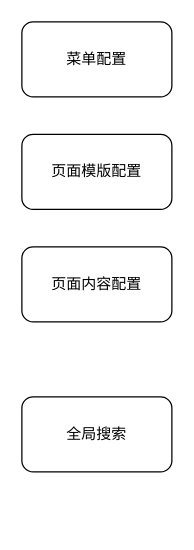
The draw.io diagram page "CMS技术架构" (3 of 3) of design-uml/thought work.drawio in alvin-zj/MyUml, before the edit. Source tidied: cells renumbered, new cells numbered last; positions are measured from the earlier drawing's top-left corner, leaving out a move shared by most shapes. Both pictures are drawn from the tidied source at 125%, with x=0, y=0 at pixel (21, 21).
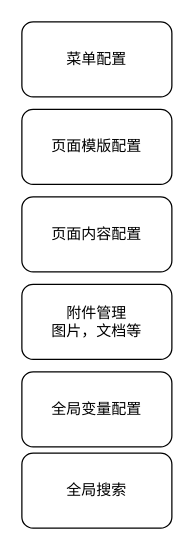
Above is the later version.

Diff of the diagram source:
```diff
@@
 <mxGraphModel>
   <root>
     <mxCell id="0" />
     <mxCell id="1" parent="0" />
     <mxCell id="2" value="菜单配置" style="rounded=1;whiteSpace=wrap;html=1;" parent="1" vertex="1">
       <mxGeometry width="120" height="60" as="geometry" />
     </mxCell>
     <mxCell id="3" value="页面模版配置" style="rounded=1;whiteSpace=wrap;html=1;" parent="1" vertex="1">
-      <mxGeometry y="90" width="120" height="60" as="geometry" />
+      <mxGeometry y="70" width="120" height="60" as="geometry" />
     </mxCell>
     <mxCell id="4" value="页面内容配置" style="rounded=1;whiteSpace=wrap;html=1;" parent="1" vertex="1">
-      <mxGeometry y="180" width="120" height="60" as="geometry" />
+      <mxGeometry y="140" width="120" height="60" as="geometry" />
     </mxCell>
     <mxCell id="5" value="全局搜索" style="rounded=1;whiteSpace=wrap;html=1;" parent="1" vertex="1">
-      <mxGeometry y="300" width="120" height="60" as="geometry" />
+      <mxGeometry y="345" width="120" height="60" as="geometry" />
     </mxCell>
+    <mxCell id="6" value="全局变量配置" style="rounded=1;whiteSpace=wrap;html=1;" parent="1" vertex="1">
+      <mxGeometry y="280" width="120" height="60" as="geometry" />
+    </mxCell>
+    <mxCell id="7" value="附件管理&lt;div&gt;图片，文档等&lt;/div&gt;" style="rounded=1;whiteSpace=wrap;html=1;" parent="1" vertex="1">
+      <mxGeometry y="210" width="120" height="60" as="geometry" />
+    </mxCell>
   </root>
 </mxGraphModel>
```
